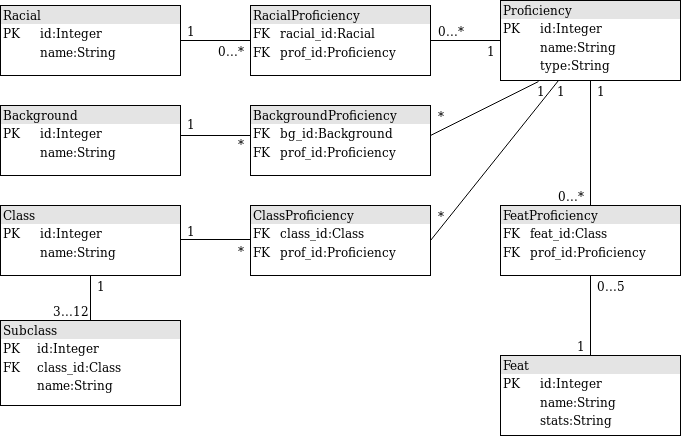
Fumblessi/ot-harjoitustyo keeps this draw.io diagram as dokumentointi/tietokantakaavio.png. Above is the earlier version. Source tidied: cells renumbered, new cells last; positions are measured from the earlier drawing's top-left corner, leaving out a move shared by most shapes.
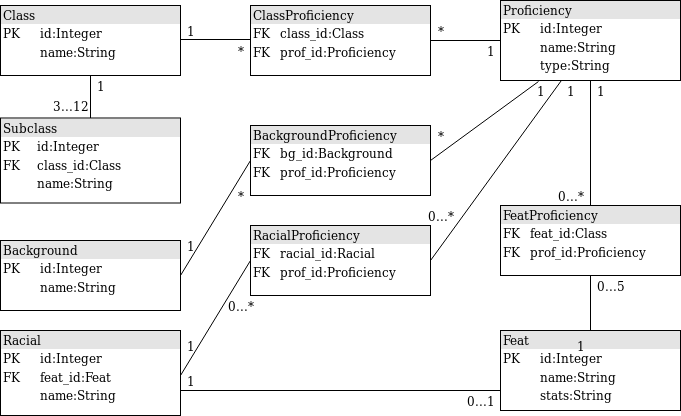
After the change.

Commit message:
tietokantakaavion paivitys

The edit, as a diff of the source:
```diff
@@ -2,17 +2,16 @@
   <root>
     <mxCell id="0" />
     <mxCell id="1" parent="0" />
-    <mxCell id="2" value="&lt;div style=&quot;box-sizing: border-box ; width: 100% ; background: #e4e4e4 ; padding: 2px&quot;&gt;Racial&lt;/div&gt;&lt;table style=&quot;width: 100% ; font-size: 1em&quot; cellspacing=&quot;0&quot; cellpadding=&quot;2&quot;&gt;&lt;tbody&gt;&lt;tr&gt;&lt;td&gt;PK&lt;/td&gt;&lt;td&gt;id:Integer&lt;br&gt;&lt;/td&gt;&lt;/tr&gt;&lt;tr&gt;&lt;td&gt;&lt;br&gt;&lt;/td&gt;&lt;td&gt;name:String&lt;/td&gt;&lt;/tr&gt;&lt;tr&gt;&lt;td&gt;&lt;br&gt;&lt;/td&gt;&lt;td&gt;&lt;br&gt;&lt;/td&gt;&lt;/tr&gt;&lt;/tbody&gt;&lt;/table&gt;" style="verticalAlign=top;align=left;overflow=fill;html=1;" parent="1" vertex="1">
-      <mxGeometry y="5" width="180" height="70" as="geometry" />
-    </mxCell>
     <mxCell id="3" value="&lt;div style=&quot;box-sizing: border-box ; width: 100% ; background: #e4e4e4 ; padding: 2px&quot;&gt;Proficiency&lt;br&gt;&lt;/div&gt;&lt;table style=&quot;width: 100% ; font-size: 1em&quot; cellspacing=&quot;0&quot; cellpadding=&quot;2&quot;&gt;&lt;tbody&gt;&lt;tr&gt;&lt;td&gt;PK&lt;/td&gt;&lt;td&gt;id:Integer&lt;/td&gt;&lt;/tr&gt;&lt;tr&gt;&lt;td&gt;&lt;br&gt;&lt;/td&gt;&lt;td&gt;name:String&lt;/td&gt;&lt;/tr&gt;&lt;tr&gt;&lt;td&gt;&lt;br&gt;&lt;/td&gt;&lt;td&gt;type:String&lt;/td&gt;&lt;/tr&gt;&lt;/tbody&gt;&lt;/table&gt;" style="verticalAlign=top;align=left;overflow=fill;html=1;" parent="1" vertex="1">
       <mxGeometry x="500" width="180" height="80" as="geometry" />
     </mxCell>
     <mxCell id="4" value="&lt;div style=&quot;box-sizing: border-box ; width: 100% ; background: #e4e4e4 ; padding: 2px&quot;&gt;RacialProficiency&lt;/div&gt;&lt;table style=&quot;width: 100% ; font-size: 1em&quot; cellspacing=&quot;0&quot; cellpadding=&quot;2&quot;&gt;&lt;tbody&gt;&lt;tr&gt;&lt;td&gt;FK&lt;/td&gt;&lt;td&gt;racial_id:Racial&lt;/td&gt;&lt;/tr&gt;&lt;tr&gt;&lt;td&gt;FK&lt;/td&gt;&lt;td&gt;prof_id:Proficiency&lt;/td&gt;&lt;/tr&gt;&lt;tr&gt;&lt;td&gt;&lt;br&gt;&lt;/td&gt;&lt;td&gt;&lt;br&gt;&lt;/td&gt;&lt;/tr&gt;&lt;/tbody&gt;&lt;/table&gt;" style="verticalAlign=top;align=left;overflow=fill;html=1;" parent="1" vertex="1">
-      <mxGeometry x="250" y="5" width="180" height="70" as="geometry" />
+      <mxGeometry x="250" y="225" width="180" height="70" as="geometry" />
     </mxCell>
-    <mxCell id="5" style="endArrow=none;html=1;entryX=0;entryY=0.5;entryDx=0;entryDy=0;exitX=1;exitY=0.5;exitDx=0;exitDy=0;" parent="1" edge="1" source="2" target="4">
-      <mxGeometry relative="1" as="geometry" />
+    <mxCell id="5" style="endArrow=none;html=1;entryX=0;entryY=0.5;entryDx=0;entryDy=0;exitX=1;exitY=0.5;exitDx=0;exitDy=0;" parent="1" edge="1" target="4">
+      <mxGeometry relative="1" as="geometry">
+        <mxPoint x="180" y="375" as="sourcePoint" />
+      </mxGeometry>
     </mxCell>
     <mxCell id="6" style="endArrow=none;html=1;entryX=0;entryY=0.5;entryDx=0;entryDy=0;exitX=1;exitY=0.5;exitDx=0;exitDy=0;" parent="1" edge="1">
       <mxGeometry relative="1" as="geometry">
@@ -21,47 +20,40 @@
       </mxGeometry>
     </mxCell>
     <mxCell id="7" value="&lt;div style=&quot;box-sizing: border-box ; width: 100% ; background: #e4e4e4 ; padding: 2px&quot;&gt;Class&lt;br&gt;&lt;/div&gt;&lt;table style=&quot;width: 100% ; font-size: 1em&quot; cellspacing=&quot;0&quot; cellpadding=&quot;2&quot;&gt;&lt;tbody&gt;&lt;tr&gt;&lt;td&gt;PK&lt;/td&gt;&lt;td&gt;id:Integer&lt;/td&gt;&lt;/tr&gt;&lt;tr&gt;&lt;td&gt;&lt;br&gt;&lt;/td&gt;&lt;td&gt;name:String&lt;br&gt;&lt;/td&gt;&lt;/tr&gt;&lt;tr&gt;&lt;td&gt;&lt;br&gt;&lt;/td&gt;&lt;td&gt;&lt;br&gt;&lt;/td&gt;&lt;/tr&gt;&lt;/tbody&gt;&lt;/table&gt;" style="verticalAlign=top;align=left;overflow=fill;html=1;" parent="1" vertex="1">
-      <mxGeometry y="205" width="180" height="70" as="geometry" />
+      <mxGeometry y="5" width="180" height="70" as="geometry" />
     </mxCell>
     <mxCell id="8" value="&lt;div style=&quot;box-sizing: border-box ; width: 100% ; background: #e4e4e4 ; padding: 2px&quot;&gt;ClassProficiency&lt;/div&gt;&lt;table style=&quot;width: 100% ; font-size: 1em&quot; cellspacing=&quot;0&quot; cellpadding=&quot;2&quot;&gt;&lt;tbody&gt;&lt;tr&gt;&lt;td&gt;FK&lt;/td&gt;&lt;td&gt;class_id:Class&lt;/td&gt;&lt;/tr&gt;&lt;tr&gt;&lt;td&gt;FK&lt;/td&gt;&lt;td&gt;prof_id:Proficiency&lt;/td&gt;&lt;/tr&gt;&lt;tr&gt;&lt;td&gt;&lt;br&gt;&lt;/td&gt;&lt;td&gt;&lt;br&gt;&lt;/td&gt;&lt;/tr&gt;&lt;/tbody&gt;&lt;/table&gt;" style="verticalAlign=top;align=left;overflow=fill;html=1;" parent="1" vertex="1">
-      <mxGeometry x="250" y="205" width="180" height="70" as="geometry" />
+      <mxGeometry x="250" y="5" width="180" height="70" as="geometry" />
     </mxCell>
-    <mxCell id="9" style="endArrow=none;html=1;entryX=0;entryY=0.5;entryDx=0;entryDy=0;exitX=1;exitY=0.5;exitDx=0;exitDy=0;" parent="1" edge="1">
-      <mxGeometry relative="1" as="geometry">
-        <mxPoint x="180" y="135" as="sourcePoint" />
-        <mxPoint x="250" y="135" as="targetPoint" />
-      </mxGeometry>
+    <mxCell id="9" style="endArrow=none;html=1;entryX=0;entryY=0.5;entryDx=0;entryDy=0;exitX=1;exitY=0.5;exitDx=0;exitDy=0;" parent="1" edge="1" source="11" target="12">
+      <mxGeometry relative="1" as="geometry" />
     </mxCell>
-    <mxCell id="10" style="endArrow=none;html=1;entryX=0.211;entryY=1.013;entryDx=0;entryDy=0;exitX=1;exitY=0.5;exitDx=0;exitDy=0;entryPerimeter=0;" parent="1" edge="1" target="3">
-      <mxGeometry relative="1" as="geometry">
-        <mxPoint x="430" y="135" as="sourcePoint" />
-      </mxGeometry>
+    <mxCell id="10" style="endArrow=none;html=1;entryX=0.211;entryY=1.013;entryDx=0;entryDy=0;exitX=1;exitY=0.5;exitDx=0;exitDy=0;entryPerimeter=0;" parent="1" edge="1" source="12" target="3">
+      <mxGeometry relative="1" as="geometry" />
     </mxCell>
     <mxCell id="11" value="&lt;div style=&quot;box-sizing: border-box ; width: 100% ; background: #e4e4e4 ; padding: 2px&quot;&gt;Background&lt;br&gt;&lt;/div&gt;&lt;table style=&quot;width: 100% ; font-size: 1em&quot; cellspacing=&quot;0&quot; cellpadding=&quot;2&quot;&gt;&lt;tbody&gt;&lt;tr&gt;&lt;td&gt;PK&lt;/td&gt;&lt;td&gt;id:Integer&lt;/td&gt;&lt;/tr&gt;&lt;tr&gt;&lt;td&gt;&lt;br&gt;&lt;/td&gt;&lt;td&gt;name:String&lt;br&gt;&lt;/td&gt;&lt;/tr&gt;&lt;tr&gt;&lt;td&gt;&lt;br&gt;&lt;/td&gt;&lt;td&gt;&lt;br&gt;&lt;/td&gt;&lt;/tr&gt;&lt;/tbody&gt;&lt;/table&gt;" style="verticalAlign=top;align=left;overflow=fill;html=1;" parent="1" vertex="1">
-      <mxGeometry y="105" width="180" height="70" as="geometry" />
+      <mxGeometry y="240" width="180" height="70" as="geometry" />
     </mxCell>
     <mxCell id="12" value="&lt;div style=&quot;box-sizing: border-box ; width: 100% ; background: #e4e4e4 ; padding: 2px&quot;&gt;BackgroundProficiency&lt;/div&gt;&lt;table style=&quot;width: 100% ; font-size: 1em&quot; cellspacing=&quot;0&quot; cellpadding=&quot;2&quot;&gt;&lt;tbody&gt;&lt;tr&gt;&lt;td&gt;FK&lt;/td&gt;&lt;td&gt;bg_id:Background&lt;/td&gt;&lt;/tr&gt;&lt;tr&gt;&lt;td&gt;FK&lt;/td&gt;&lt;td&gt;prof_id:Proficiency&lt;/td&gt;&lt;/tr&gt;&lt;tr&gt;&lt;td&gt;&lt;br&gt;&lt;/td&gt;&lt;td&gt;&lt;br&gt;&lt;/td&gt;&lt;/tr&gt;&lt;/tbody&gt;&lt;/table&gt;" style="verticalAlign=top;align=left;overflow=fill;html=1;" parent="1" vertex="1">
-      <mxGeometry x="250" y="105" width="180" height="70" as="geometry" />
+      <mxGeometry x="250" y="125" width="180" height="70" as="geometry" />
     </mxCell>
     <mxCell id="13" style="endArrow=none;html=1;entryX=0;entryY=0.5;entryDx=0;entryDy=0;exitX=1;exitY=0.5;exitDx=0;exitDy=0;" parent="1" edge="1">
       <mxGeometry relative="1" as="geometry">
-        <mxPoint x="180" y="239" as="sourcePoint" />
-        <mxPoint x="250" y="239" as="targetPoint" />
+        <mxPoint x="180" y="39" as="sourcePoint" />
+        <mxPoint x="250" y="39" as="targetPoint" />
       </mxGeometry>
     </mxCell>
-    <mxCell id="14" style="endArrow=none;html=1;exitX=1;exitY=0.5;exitDx=0;exitDy=0;" parent="1" edge="1" target="3">
-      <mxGeometry relative="1" as="geometry">
-        <mxPoint x="430" y="240" as="sourcePoint" />
-      </mxGeometry>
+    <mxCell id="14" style="endArrow=none;html=1;exitX=1;exitY=0.5;exitDx=0;exitDy=0;" parent="1" edge="1" source="4" target="3">
+      <mxGeometry relative="1" as="geometry" />
     </mxCell>
     <mxCell id="15" value="&lt;div style=&quot;box-sizing: border-box ; width: 100% ; background: #e4e4e4 ; padding: 2px&quot;&gt;Subclass&lt;/div&gt;&lt;table style=&quot;width: 100% ; font-size: 1em&quot; cellspacing=&quot;0&quot; cellpadding=&quot;2&quot;&gt;&lt;tbody&gt;&lt;tr&gt;&lt;td&gt;PK&lt;/td&gt;&lt;td&gt;id:Integer&lt;br&gt;&lt;/td&gt;&lt;/tr&gt;&lt;tr&gt;&lt;td&gt;FK&lt;/td&gt;&lt;td&gt;class_id:Class&lt;br&gt;&lt;/td&gt;&lt;/tr&gt;&lt;tr&gt;&lt;td&gt;&lt;br&gt;&lt;/td&gt;&lt;td&gt;name:String&lt;br&gt;&lt;/td&gt;&lt;/tr&gt;&lt;/tbody&gt;&lt;/table&gt;" style="verticalAlign=top;align=left;overflow=fill;html=1;" parent="1" vertex="1">
-      <mxGeometry y="320" width="180" height="85" as="geometry" />
+      <mxGeometry y="117.5" width="180" height="85" as="geometry" />
     </mxCell>
     <mxCell id="16" style="endArrow=none;html=1;entryX=0.5;entryY=0;entryDx=0;entryDy=0;exitX=0.5;exitY=1;exitDx=0;exitDy=0;" parent="1" edge="1" source="7" target="15">
       <mxGeometry relative="1" as="geometry" />
     </mxCell>
     <mxCell id="17" value="&lt;div style=&quot;box-sizing: border-box ; width: 100% ; background: #e4e4e4 ; padding: 2px&quot;&gt;Feat&lt;/div&gt;&lt;table style=&quot;width: 100% ; font-size: 1em&quot; cellspacing=&quot;0&quot; cellpadding=&quot;2&quot;&gt;&lt;tbody&gt;&lt;tr&gt;&lt;td&gt;PK&lt;/td&gt;&lt;td&gt;id:Integer&lt;/td&gt;&lt;/tr&gt;&lt;tr&gt;&lt;td&gt;&lt;br&gt;&lt;/td&gt;&lt;td&gt;name:String&lt;br&gt;&lt;/td&gt;&lt;/tr&gt;&lt;tr&gt;&lt;td&gt;&lt;br&gt;&lt;/td&gt;&lt;td&gt;stats:String&lt;br&gt;&lt;/td&gt;&lt;/tr&gt;&lt;/tbody&gt;&lt;/table&gt;" style="verticalAlign=top;align=left;overflow=fill;html=1;" parent="1" vertex="1">
-      <mxGeometry x="500" y="355" width="180" height="80" as="geometry" />
+      <mxGeometry x="500" y="330" width="180" height="80" as="geometry" />
     </mxCell>
     <mxCell id="18" value="&lt;div style=&quot;box-sizing: border-box ; width: 100% ; background: #e4e4e4 ; padding: 2px&quot;&gt;FeatProficiency&lt;/div&gt;&lt;table style=&quot;width: 100% ; font-size: 1em&quot; cellspacing=&quot;0&quot; cellpadding=&quot;2&quot;&gt;&lt;tbody&gt;&lt;tr&gt;&lt;td&gt;FK&lt;/td&gt;&lt;td&gt;feat_id:Class&lt;/td&gt;&lt;/tr&gt;&lt;tr&gt;&lt;td&gt;FK&lt;/td&gt;&lt;td&gt;prof_id:Proficiency&lt;/td&gt;&lt;/tr&gt;&lt;tr&gt;&lt;td&gt;&lt;br&gt;&lt;/td&gt;&lt;td&gt;&lt;br&gt;&lt;/td&gt;&lt;/tr&gt;&lt;/tbody&gt;&lt;/table&gt;" style="verticalAlign=top;align=left;overflow=fill;html=1;" parent="1" vertex="1">
       <mxGeometry x="500" y="205" width="180" height="70" as="geometry" />
@@ -73,25 +65,25 @@
       <mxGeometry relative="1" as="geometry" />
     </mxCell>
     <mxCell id="21" value="1" style="text;html=1;strokeColor=none;fillColor=none;align=center;verticalAlign=middle;whiteSpace=wrap;rounded=0;" parent="1" vertex="1">
-      <mxGeometry x="170" y="20" width="40" height="20" as="geometry" />
+      <mxGeometry x="170" y="335" width="40" height="20" as="geometry" />
     </mxCell>
-    <mxCell id="22" value="1" style="text;html=1;strokeColor=none;fillColor=none;align=center;verticalAlign=middle;whiteSpace=wrap;rounded=0;" parent="1" vertex="1">
-      <mxGeometry x="170" y="112.5" width="40" height="20" as="geometry" />
+    <mxCell id="22" value="1" style="text;html=1;strokeColor=none;fillColor=none;align=center;verticalAlign=middle;whiteSpace=wrap;rounded=0;direction=south;" parent="1" vertex="1">
+      <mxGeometry x="180" y="225" width="20" height="40" as="geometry" />
     </mxCell>
     <mxCell id="23" value="1" style="text;html=1;strokeColor=none;fillColor=none;align=center;verticalAlign=middle;whiteSpace=wrap;rounded=0;" parent="1" vertex="1">
-      <mxGeometry x="170" y="220" width="40" height="20" as="geometry" />
+      <mxGeometry x="170" y="20" width="40" height="20" as="geometry" />
     </mxCell>
     <mxCell id="24" value="1" style="text;html=1;strokeColor=none;fillColor=none;align=center;verticalAlign=middle;whiteSpace=wrap;rounded=0;" parent="1" vertex="1">
-      <mxGeometry x="80" y="275" width="40" height="20" as="geometry" />
+      <mxGeometry x="80" y="75" width="40" height="20" as="geometry" />
     </mxCell>
     <mxCell id="25" value="1" style="text;html=1;strokeColor=none;fillColor=none;align=center;verticalAlign=middle;whiteSpace=wrap;rounded=0;" parent="1" vertex="1">
-      <mxGeometry x="470" y="40" width="40" height="20" as="geometry" />
+      <mxGeometry x="550" y="80" width="40" height="20" as="geometry" />
     </mxCell>
     <mxCell id="26" value="1" style="text;html=1;strokeColor=none;fillColor=none;align=center;verticalAlign=middle;whiteSpace=wrap;rounded=0;" parent="1" vertex="1">
       <mxGeometry x="520" y="80" width="40" height="20" as="geometry" />
     </mxCell>
     <mxCell id="27" value="1" style="text;html=1;strokeColor=none;fillColor=none;align=center;verticalAlign=middle;whiteSpace=wrap;rounded=0;" parent="1" vertex="1">
-      <mxGeometry x="540" y="80" width="40" height="20" as="geometry" />
+      <mxGeometry x="470" y="40" width="40" height="20" as="geometry" />
     </mxCell>
     <mxCell id="28" value="1" style="text;html=1;strokeColor=none;fillColor=none;align=center;verticalAlign=middle;whiteSpace=wrap;rounded=0;" parent="1" vertex="1">
       <mxGeometry x="580" y="80" width="40" height="20" as="geometry" />
@@ -100,25 +92,25 @@
       <mxGeometry x="560" y="335" width="40" height="20" as="geometry" />
     </mxCell>
     <mxCell id="30" value="0...*" style="text;html=1;strokeColor=none;fillColor=none;align=center;verticalAlign=middle;whiteSpace=wrap;rounded=0;" parent="1" vertex="1">
-      <mxGeometry x="210" y="40" width="40" height="20" as="geometry" />
+      <mxGeometry x="220" y="295" width="40" height="20" as="geometry" />
     </mxCell>
     <mxCell id="31" value="*" style="text;html=1;strokeColor=none;fillColor=none;align=center;verticalAlign=middle;whiteSpace=wrap;rounded=0;" parent="1" vertex="1">
-      <mxGeometry x="220" y="132.5" width="40" height="20" as="geometry" />
+      <mxGeometry x="220" y="185" width="40" height="20" as="geometry" />
     </mxCell>
     <mxCell id="32" value="*" style="text;html=1;strokeColor=none;fillColor=none;align=center;verticalAlign=middle;whiteSpace=wrap;rounded=0;" parent="1" vertex="1">
-      <mxGeometry x="220" y="240" width="40" height="20" as="geometry" />
+      <mxGeometry x="220" y="40" width="40" height="20" as="geometry" />
     </mxCell>
     <mxCell id="33" value="0...*" style="text;html=1;strokeColor=none;fillColor=none;align=center;verticalAlign=middle;whiteSpace=wrap;rounded=0;" parent="1" vertex="1">
-      <mxGeometry x="430" y="20" width="40" height="20" as="geometry" />
+      <mxGeometry x="420" y="205" width="40" height="20" as="geometry" />
     </mxCell>
     <mxCell id="34" value="3...12" style="text;html=1;strokeColor=none;fillColor=none;align=center;verticalAlign=middle;whiteSpace=wrap;rounded=0;" parent="1" vertex="1">
-      <mxGeometry x="50" y="300" width="40" height="20" as="geometry" />
+      <mxGeometry x="50" y="95" width="40" height="20" as="geometry" />
     </mxCell>
     <mxCell id="35" value="*" style="text;html=1;strokeColor=none;fillColor=none;align=center;verticalAlign=middle;whiteSpace=wrap;rounded=0;" parent="1" vertex="1">
-      <mxGeometry x="420" y="105" width="40" height="20" as="geometry" />
+      <mxGeometry x="420" y="125" width="40" height="20" as="geometry" />
     </mxCell>
     <mxCell id="36" value="*" style="text;html=1;strokeColor=none;fillColor=none;align=center;verticalAlign=middle;whiteSpace=wrap;rounded=0;" parent="1" vertex="1">
-      <mxGeometry x="420" y="205" width="40" height="20" as="geometry" />
+      <mxGeometry x="420" y="20" width="40" height="20" as="geometry" />
     </mxCell>
     <mxCell id="37" value="0...*" style="text;html=1;strokeColor=none;fillColor=none;align=center;verticalAlign=middle;whiteSpace=wrap;rounded=0;" parent="1" vertex="1">
       <mxGeometry x="550" y="185" width="40" height="20" as="geometry" />
@@ -126,5 +118,19 @@
     <mxCell id="38" value="0...5" style="text;html=1;strokeColor=none;fillColor=none;align=center;verticalAlign=middle;whiteSpace=wrap;rounded=0;" parent="1" vertex="1">
       <mxGeometry x="590" y="275" width="40" height="20" as="geometry" />
     </mxCell>
+    <mxCell id="39" style="endArrow=none;html=1;entryX=0;entryY=0.75;entryDx=0;entryDy=0;" parent="1" edge="1" target="17">
+      <mxGeometry relative="1" as="geometry">
+        <mxPoint x="180" y="390" as="sourcePoint" />
+      </mxGeometry>
+    </mxCell>
+    <mxCell id="40" value="1" style="text;html=1;strokeColor=none;fillColor=none;align=center;verticalAlign=middle;whiteSpace=wrap;rounded=0;" parent="1" vertex="1">
+      <mxGeometry x="170" y="370" width="40" height="20" as="geometry" />
+    </mxCell>
+    <mxCell id="41" value="0...1" style="text;html=1;strokeColor=none;fillColor=none;align=center;verticalAlign=middle;whiteSpace=wrap;rounded=0;" parent="1" vertex="1">
+      <mxGeometry x="460" y="390" width="40" height="20" as="geometry" />
+    </mxCell>
+    <mxCell id="42" value="&lt;div style=&quot;box-sizing: border-box ; width: 100% ; background: #e4e4e4 ; padding: 2px&quot;&gt;Racial&lt;/div&gt;&lt;table style=&quot;width: 100% ; font-size: 1em&quot; cellspacing=&quot;0&quot; cellpadding=&quot;2&quot;&gt;&lt;tbody&gt;&lt;tr&gt;&lt;td&gt;PK&lt;/td&gt;&lt;td&gt;id:Integer&lt;br&gt;&lt;/td&gt;&lt;/tr&gt;&lt;tr&gt;&lt;td&gt;FK&lt;/td&gt;&lt;td&gt;feat_id:Feat&lt;br&gt;&lt;/td&gt;&lt;/tr&gt;&lt;tr&gt;&lt;td&gt;&lt;br&gt;&lt;/td&gt;&lt;td&gt;name:String&lt;br&gt;&lt;/td&gt;&lt;/tr&gt;&lt;/tbody&gt;&lt;/table&gt;" style="verticalAlign=top;align=left;overflow=fill;html=1;" parent="1" vertex="1">
+      <mxGeometry y="330" width="180" height="85" as="geometry" />
+    </mxCell>
   </root>
 </mxGraphModel>
```
